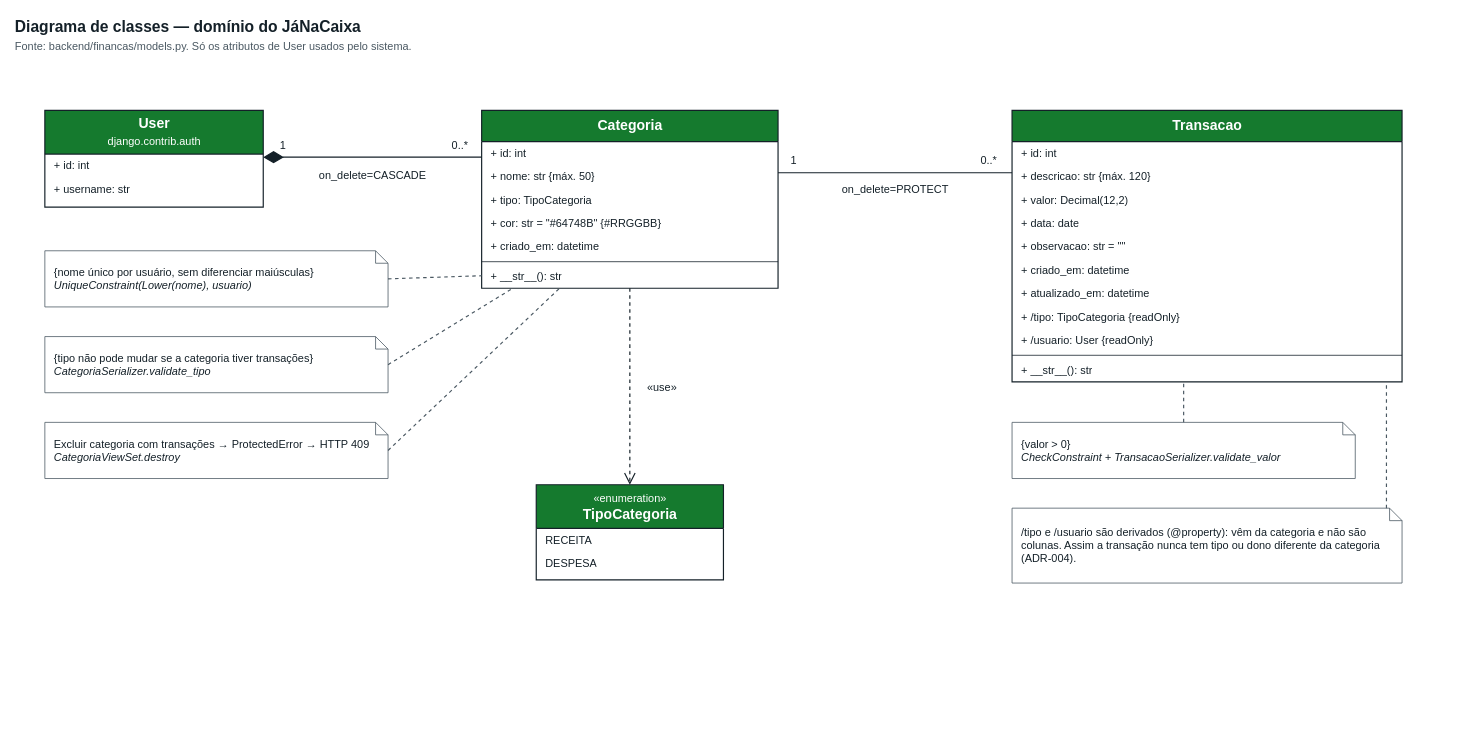
stfl-guilherme/ja-na-caixa keeps this draw.io diagram as page "Domínio" (1 of 2) of docs/diagramas/diagrama-de-classes.drawio. Above is the earlier version. Source tidied: cells renumbered, new cells numbered last; positions are measured from the earlier drawing's top-left corner, leaving out a move shared by most shapes. Both pictures are drawn from the tidied source at 78%, with x=0, y=0 at pixel (13, 13).
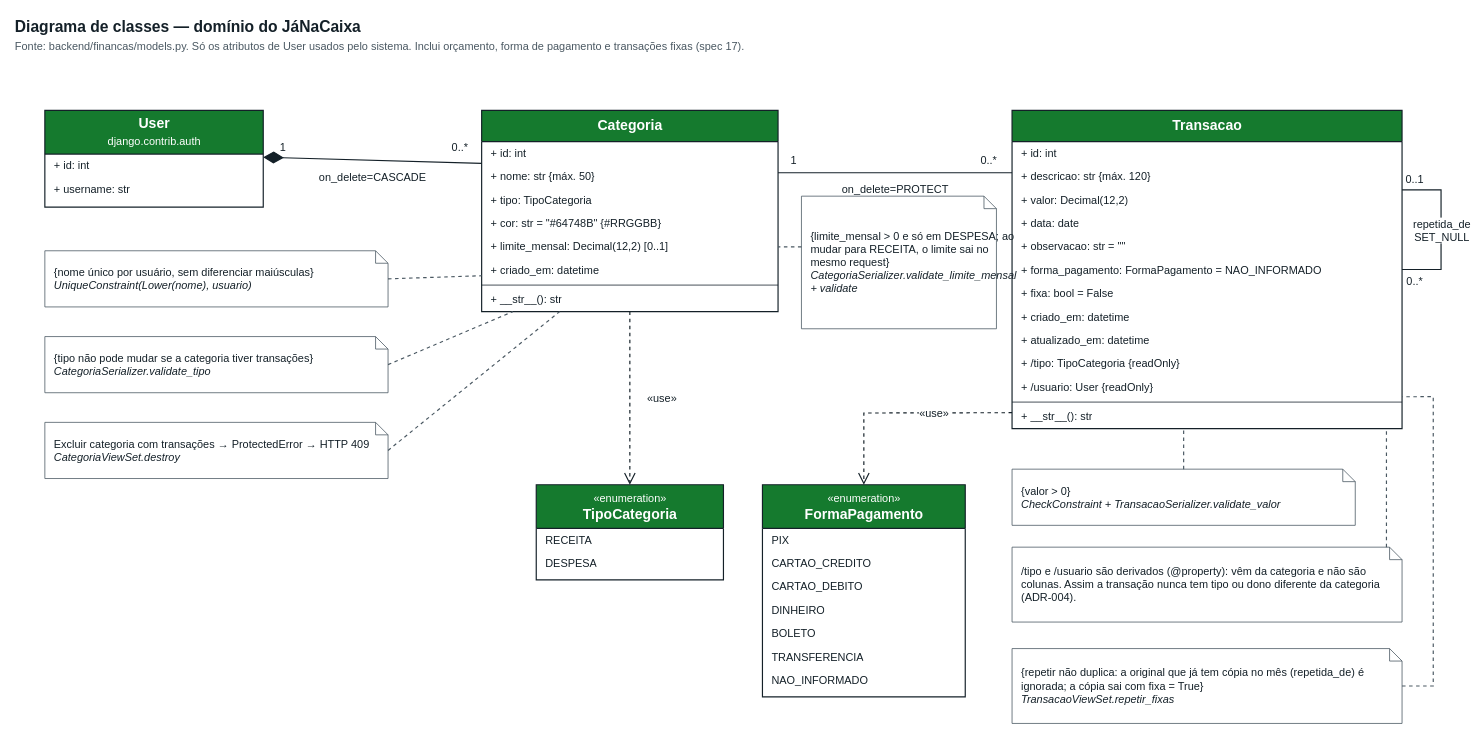
The same diagram, later.

The change refers to these unchanged cells:
```xml
<mxCell id="42" value="{nome único por usuário, sem diferenciar maiúsculas}&lt;br&gt;&lt;i&gt;UniqueConstraint(Lower(nome), usuario)&lt;/i&gt;" style="shape=note;size=16;whiteSpace=wrap;html=1;fillColor=#FFFFFF;strokeColor=#4A5862;fontSize=14;fontColor=#142028;align=left;verticalAlign=middle;spacingLeft=10;spacingRight=12;" parent="1" vertex="1">
  <mxGeometry x="40" y="304" width="440" height="72" as="geometry" />
</mxCell>
```

Diff of the diagram source:
```diff
@@
-    <mxCell id="3" value="Fonte: backend/financas/models.py. Só os atributos de User usados pelo sistema." style="text;html=1;align=left;verticalAlign=middle;fontSize=14;fontColor=#4A5862;strokeColor=none;fillColor=none;" parent="1" vertex="1">
+    <mxCell id="3" value="Fonte: backend/financas/models.py. Só os atributos de User usados pelo sistema. Inclui orçamento, forma de pagamento e transações fixas (spec 17)." style="text;html=1;align=left;verticalAlign=middle;fontSize=14;fontColor=#4A5862;strokeColor=none;fillColor=none;" parent="1" vertex="1">
       <mxGeometry y="30" width="1840" height="24" as="geometry" />
     </mxCell>
@@
     <mxCell id="8" value="Categoria" style="swimlane;html=1;fontStyle=1;align=center;verticalAlign=middle;horizontal=1;startSize=40;fillColor=#157A2E;fontColor=#FFFFFF;swimlaneFillColor=#FFFFFF;strokeColor=#142028;strokeWidth=1.5;fontSize=18;" parent="1" vertex="1">
-      <mxGeometry x="600" y="124" width="380" height="228" as="geometry" />
+      <mxGeometry x="600" y="124" width="380" height="258" as="geometry" />
     </mxCell>
@@
+    <mxCell id="52" value="+ limite_mensal: Decimal(12,2) [0..1]" style="text;html=1;strokeColor=none;fillColor=none;align=left;verticalAlign=middle;spacingLeft=10;spacingRight=6;overflow=hidden;fontSize=14;fontColor=#142028;whiteSpace=wrap;" parent="8" vertex="1">
+      <mxGeometry y="160" width="380" height="30" as="geometry" />
+    </mxCell>
     <mxCell id="13" value="+ criado_em: datetime" style="text;html=1;strokeColor=none;fillColor=none;align=left;verticalAlign=middle;spacingLeft=10;spacingRight=6;overflow=hidden;fontSize=14;fontColor=#142028;whiteSpace=wrap;" parent="8" vertex="1">
-      <mxGeometry y="160" width="380" height="30" as="geometry" />
+      <mxGeometry y="190" width="380" height="30" as="geometry" />
     </mxCell>
     <mxCell id="14" style="line;strokeWidth=1;fillColor=none;align=left;verticalAlign=middle;spacingTop=-1;spacingLeft=3;spacingRight=3;labelPosition=right;strokeColor=#142028;" parent="8" vertex="1">
-      <mxGeometry y="190" width="380" height="8" as="geometry" />
+      <mxGeometry y="220" width="380" height="8" as="geometry" />
     </mxCell>
     <mxCell id="15" value="+ __str__(): str" style="text;html=1;strokeColor=none;fillColor=none;align=left;verticalAlign=middle;spacingLeft=10;spacingRight=6;overflow=hidden;fontSize=14;fontColor=#142028;whiteSpace=wrap;" parent="8" vertex="1">
-      <mxGeometry y="198" width="380" height="30" as="geometry" />
+      <mxGeometry y="228" width="380" height="30" as="geometry" />
     </mxCell>
     <mxCell id="16" value="Transacao" style="swimlane;html=1;fontStyle=1;align=center;verticalAlign=middle;horizontal=1;startSize=40;fillColor=#157A2E;fontColor=#FFFFFF;swimlaneFillColor=#FFFFFF;strokeColor=#142028;strokeWidth=1.5;fontSize=18;" parent="1" vertex="1">
-      <mxGeometry x="1280" y="124" width="500" height="348" as="geometry" />
+      <mxGeometry x="1280" y="124" width="500" height="408" as="geometry" />
     </mxCell>
@@
+    <mxCell id="53" value="+ forma_pagamento: FormaPagamento = NAO_INFORMADO" style="text;html=1;strokeColor=none;fillColor=none;align=left;verticalAlign=middle;spacingLeft=10;spacingRight=6;overflow=hidden;fontSize=14;fontColor=#142028;whiteSpace=wrap;" parent="16" vertex="1">
+      <mxGeometry y="190" width="500" height="30" as="geometry" />
+    </mxCell>
+    <mxCell id="54" value="+ fixa: bool = False" style="text;html=1;strokeColor=none;fillColor=none;align=left;verticalAlign=middle;spacingLeft=10;spacingRight=6;overflow=hidden;fontSize=14;fontColor=#142028;whiteSpace=wrap;" parent="16" vertex="1">
+      <mxGeometry y="220" width="500" height="30" as="geometry" />
+    </mxCell>
     <mxCell id="22" value="+ criado_em: datetime" style="text;html=1;strokeColor=none;fillColor=none;align=left;verticalAlign=middle;spacingLeft=10;spacingRight=6;overflow=hidden;fontSize=14;fontColor=#142028;whiteSpace=wrap;" parent="16" vertex="1">
-      <mxGeometry y="190" width="500" height="30" as="geometry" />
+      <mxGeometry y="250" width="500" height="30" as="geometry" />
     </mxCell>
     <mxCell id="23" value="+ atualizado_em: datetime" style="text;html=1;strokeColor=none;fillColor=none;align=left;verticalAlign=middle;spacingLeft=10;spacingRight=6;overflow=hidden;fontSize=14;fontColor=#142028;whiteSpace=wrap;" parent="16" vertex="1">
-      <mxGeometry y="220" width="500" height="30" as="geometry" />
+      <mxGeometry y="280" width="500" height="30" as="geometry" />
     </mxCell>
     <mxCell id="24" value="+ /tipo: TipoCategoria {readOnly}" style="text;html=1;strokeColor=none;fillColor=none;align=left;verticalAlign=middle;spacingLeft=10;spacingRight=6;overflow=hidden;fontSize=14;fontColor=#142028;whiteSpace=wrap;" parent="16" vertex="1">
-      <mxGeometry y="250" width="500" height="30" as="geometry" />
+      <mxGeometry y="310" width="500" height="30" as="geometry" />
     </mxCell>
     <mxCell id="25" value="+ /usuario: User {readOnly}" style="text;html=1;strokeColor=none;fillColor=none;align=left;verticalAlign=middle;spacingLeft=10;spacingRight=6;overflow=hidden;fontSize=14;fontColor=#142028;whiteSpace=wrap;" parent="16" vertex="1">
-      <mxGeometry y="280" width="500" height="30" as="geometry" />
+      <mxGeometry y="340" width="500" height="30" as="geometry" />
     </mxCell>
     <mxCell id="26" style="line;strokeWidth=1;fillColor=none;align=left;verticalAlign=middle;spacingTop=-1;spacingLeft=3;spacingRight=3;labelPosition=right;strokeColor=#142028;" parent="16" vertex="1">
-      <mxGeometry y="310" width="500" height="8" as="geometry" />
+      <mxGeometry y="370" width="500" height="8" as="geometry" />
     </mxCell>
     <mxCell id="27" value="+ __str__(): str" style="text;html=1;strokeColor=none;fillColor=none;align=left;verticalAlign=middle;spacingLeft=10;spacingRight=6;overflow=hidden;fontSize=14;fontColor=#142028;whiteSpace=wrap;" parent="16" vertex="1">
-      <mxGeometry y="318" width="500" height="30" as="geometry" />
+      <mxGeometry y="378" width="500" height="30" as="geometry" />
     </mxCell>
@@
-    <mxCell id="36" style="html=1;rounded=0;endArrow=none;strokeColor=#142028;strokeWidth=1.5;exitX=1;exitY=0.350877;exitDx=0;exitDy=0;entryX=0;entryY=0.229885;entryDx=0;entryDy=0;" parent="1" edge="1" source="8" target="16">
+    <mxCell id="36" style="html=1;rounded=0;endArrow=none;strokeColor=#142028;strokeWidth=1.5;exitX=1;exitY=0.310077;exitDx=0;exitDy=0;entryX=0;entryY=0.196078;entryDx=0;entryDy=0;" parent="1" edge="1" source="8" target="16">
       <mxGeometry relative="1" as="geometry" />
     </mxCell>
@@
-    <mxCell id="45" style="html=1;rounded=0;endArrow=none;dashed=1;strokeColor=#4A5862;strokeWidth=1.5;exitX=1;exitY=0.5;exitDx=0;exitDy=0;entryX=0;entryY=0.929825;entryDx=0;entryDy=0;" parent="1" edge="1" source="42" target="8">
+    <mxCell id="45" style="html=1;rounded=0;endArrow=none;dashed=1;strokeColor=#4A5862;strokeWidth=1.5;exitX=1;exitY=0.5;exitDx=0;exitDy=0;entryX=0;entryY=0.821706;entryDx=0;entryDy=0;" parent="1" edge="1" source="42" target="8">
       <mxGeometry relative="1" as="geometry" />
     </mxCell>
@@
     <mxCell id="48" value="{valor &amp;gt; 0}&lt;br&gt;&lt;i&gt;CheckConstraint + TransacaoSerializer.validate_valor&lt;/i&gt;" style="shape=note;size=16;whiteSpace=wrap;html=1;fillColor=#FFFFFF;strokeColor=#4A5862;fontSize=14;fontColor=#142028;align=left;verticalAlign=middle;spacingLeft=10;spacingRight=12;" parent="1" vertex="1">
-      <mxGeometry x="1280" y="524" width="440" height="72" as="geometry" />
+      <mxGeometry x="1280" y="584" width="440" height="72" as="geometry" />
     </mxCell>
     <mxCell id="49" value="/tipo e /usuario são derivados (@property): vêm da categoria e não são colunas. Assim a transação nunca tem tipo ou dono diferente da categoria (ADR-004)." style="shape=note;size=16;whiteSpace=wrap;html=1;fillColor=#FFFFFF;strokeColor=#4A5862;fontSize=14;fontColor=#142028;align=left;verticalAlign=middle;spacingLeft=10;spacingRight=12;" parent="1" vertex="1">
-      <mxGeometry x="1280" y="634" width="500" height="96" as="geometry" />
+      <mxGeometry x="1280" y="684" width="500" height="96" as="geometry" />
     </mxCell>
@@
+    <mxCell id="55" value="&lt;span style=&quot;font-size:14px;font-weight:normal&quot;&gt;«enumeration»&lt;/span&gt;&lt;br&gt;FormaPagamento" style="swimlane;html=1;fontStyle=1;align=center;verticalAlign=middle;horizontal=1;startSize=56;fillColor=#157A2E;fontColor=#FFFFFF;swimlaneFillColor=#FFFFFF;strokeColor=#142028;strokeWidth=1.5;fontSize=18;" parent="1" vertex="1">
+      <mxGeometry x="960" y="604" width="260" height="272" as="geometry" />
+    </mxCell>
+    <mxCell id="56" value="PIX" style="text;html=1;strokeColor=none;fillColor=none;align=left;verticalAlign=middle;spacingLeft=10;spacingRight=6;overflow=hidden;fontSize=14;fontColor=#142028;whiteSpace=wrap;" parent="55" vertex="1">
+      <mxGeometry y="56" width="260" height="30" as="geometry" />
+    </mxCell>
+    <mxCell id="57" value="CARTAO_CREDITO" style="text;html=1;strokeColor=none;fillColor=none;align=left;verticalAlign=middle;spacingLeft=10;spacingRight=6;overflow=hidden;fontSize=14;fontColor=#142028;whiteSpace=wrap;" parent="55" vertex="1">
+      <mxGeometry y="86" width="260" height="30" as="geometry" />
+    </mxCell>
+    <mxCell id="58" value="CARTAO_DEBITO" style="text;html=1;strokeColor=none;fillColor=none;align=left;verticalAlign=middle;spacingLeft=10;spacingRight=6;overflow=hidden;fontSize=14;fontColor=#142028;whiteSpace=wrap;" parent="55" vertex="1">
+      <mxGeometry y="116" width="260" height="30" as="geometry" />
+    </mxCell>
+    <mxCell id="59" value="DINHEIRO" style="text;html=1;strokeColor=none;fillColor=none;align=left;verticalAlign=middle;spacingLeft=10;spacingRight=6;overflow=hidden;fontSize=14;fontColor=#142028;whiteSpace=wrap;" parent="55" vertex="1">
+      <mxGeometry y="146" width="260" height="30" as="geometry" />
+    </mxCell>
+    <mxCell id="60" value="BOLETO" style="text;html=1;strokeColor=none;fillColor=none;align=left;verticalAlign=middle;spacingLeft=10;spacingRight=6;overflow=hidden;fontSize=14;fontColor=#142028;whiteSpace=wrap;" parent="55" vertex="1">
+      <mxGeometry y="176" width="260" height="30" as="geometry" />
+    </mxCell>
+    <mxCell id="61" value="TRANSFERENCIA" style="text;html=1;strokeColor=none;fillColor=none;align=left;verticalAlign=middle;spacingLeft=10;spacingRight=6;overflow=hidden;fontSize=14;fontColor=#142028;whiteSpace=wrap;" parent="55" vertex="1">
+      <mxGeometry y="206" width="260" height="30" as="geometry" />
+    </mxCell>
+    <mxCell id="62" value="NAO_INFORMADO" style="text;html=1;strokeColor=none;fillColor=none;align=left;verticalAlign=middle;spacingLeft=10;spacingRight=6;overflow=hidden;fontSize=14;fontColor=#142028;whiteSpace=wrap;" parent="55" vertex="1">
+      <mxGeometry y="236" width="260" height="30" as="geometry" />
+    </mxCell>
+    <mxCell id="63" style="text;html=1;strokeColor=none;fillColor=none;align=left;verticalAlign=middle;spacingLeft=10;spacingRight=6;overflow=hidden;fontSize=14;fontColor=#142028;whiteSpace=wrap;" parent="55" vertex="1">
+      <mxGeometry y="266" width="260" height="6" as="geometry" />
+    </mxCell>
+    <mxCell id="64" style="html=1;rounded=0;endArrow=open;endSize=12;dashed=1;strokeColor=#142028;strokeWidth=1.5;fontSize=14;fontColor=#142028;exitX=0;exitY=0.95;exitDx=0;exitDy=0;entryX=0.5;entryY=0;entryDx=0;entryDy=0;" parent="1" edge="1" source="16" target="55">
+      <mxGeometry relative="1" as="geometry">
+        <Array as="points">
+          <mxPoint x="1090" y="512" />
+        </Array>
+      </mxGeometry>
+    </mxCell>
+    <mxCell id="65" value="«use»" style="edgeLabel;html=1;align=center;verticalAlign=middle;fontSize=14;fontColor=#142028;labelBackgroundColor=#FFFFFF;" parent="64" vertex="1">
+      <mxGeometry relative="1" as="geometry">
+        <mxPoint x="40" as="offset" />
+      </mxGeometry>
+    </mxCell>
+    <mxCell id="66" style="html=1;rounded=0;endArrow=none;strokeColor=#142028;strokeWidth=1.5;exitX=1;exitY=0.25;exitDx=0;exitDy=0;entryX=1;entryY=0.5;entryDx=0;entryDy=0;" parent="1" edge="1" source="16" target="16">
+      <mxGeometry relative="1" as="geometry">
+        <Array as="points">
+          <mxPoint x="1830" y="226" />
+          <mxPoint x="1830" y="328" />
+        </Array>
+      </mxGeometry>
+    </mxCell>
+    <mxCell id="67" value="0..1" style="edgeLabel;html=1;align=center;verticalAlign=middle;fontSize=14;fontColor=#142028;labelBackgroundColor=#FFFFFF;" parent="66" vertex="1">
+      <mxGeometry x="-0.85" relative="1" as="geometry">
+        <mxPoint y="-14" as="offset" />
+      </mxGeometry>
+    </mxCell>
+    <mxCell id="68" value="0..*" style="edgeLabel;html=1;align=center;verticalAlign=middle;fontSize=14;fontColor=#142028;labelBackgroundColor=#FFFFFF;" parent="66" vertex="1">
+      <mxGeometry x="0.85" relative="1" as="geometry">
+        <mxPoint y="14" as="offset" />
+      </mxGeometry>
+    </mxCell>
+    <mxCell id="69" value="repetida_de&lt;br&gt;SET_NULL" style="edgeLabel;html=1;align=center;verticalAlign=middle;fontSize=14;fontColor=#142028;labelBackgroundColor=#FFFFFF;" parent="66" vertex="1">
+      <mxGeometry relative="1" as="geometry" />
+    </mxCell>
+    <mxCell id="70" value="{limite_mensal &amp;gt; 0 e só em DESPESA; ao mudar para RECEITA, o limite sai no mesmo request}&lt;br&gt;&lt;i&gt;CategoriaSerializer.validate_limite_mensal + validate&lt;/i&gt;" style="shape=note;size=16;whiteSpace=wrap;html=1;fillColor=#FFFFFF;strokeColor=#4A5862;fontSize=14;fontColor=#142028;align=left;verticalAlign=middle;spacingLeft=10;spacingRight=12;" parent="1" vertex="1">
+      <mxGeometry x="1010" y="234" width="250" height="170" as="geometry" />
+    </mxCell>
+    <mxCell id="71" style="html=1;rounded=0;endArrow=none;dashed=1;strokeColor=#4A5862;strokeWidth=1.5;exitX=0;exitY=0.382353;exitDx=0;exitDy=0;entryX=1;entryY=0.678295;entryDx=0;entryDy=0;" parent="1" edge="1" source="70" target="8">
+      <mxGeometry relative="1" as="geometry" />
+    </mxCell>
+    <mxCell id="72" value="{repetir não duplica: a original que já tem cópia no mês (repetida_de) é ignorada; a cópia sai com fixa = True}&lt;br&gt;&lt;i&gt;TransacaoViewSet.repetir_fixas&lt;/i&gt;" style="shape=note;size=16;whiteSpace=wrap;html=1;fillColor=#FFFFFF;strokeColor=#4A5862;fontSize=14;fontColor=#142028;align=left;verticalAlign=middle;spacingLeft=10;spacingRight=12;" parent="1" vertex="1">
+      <mxGeometry x="1280" y="814" width="500" height="96" as="geometry" />
+    </mxCell>
+    <mxCell id="73" style="html=1;rounded=0;endArrow=none;dashed=1;strokeColor=#4A5862;strokeWidth=1.5;exitX=1;exitY=0.5;exitDx=0;exitDy=0;entryX=1;entryY=0.9;entryDx=0;entryDy=0;" parent="1" edge="1" source="72" target="16">
+      <mxGeometry relative="1" as="geometry">
+        <Array as="points">
+          <mxPoint x="1820" y="862" />
+          <mxPoint x="1820" y="491" />
+        </Array>
+      </mxGeometry>
+    </mxCell>
```
